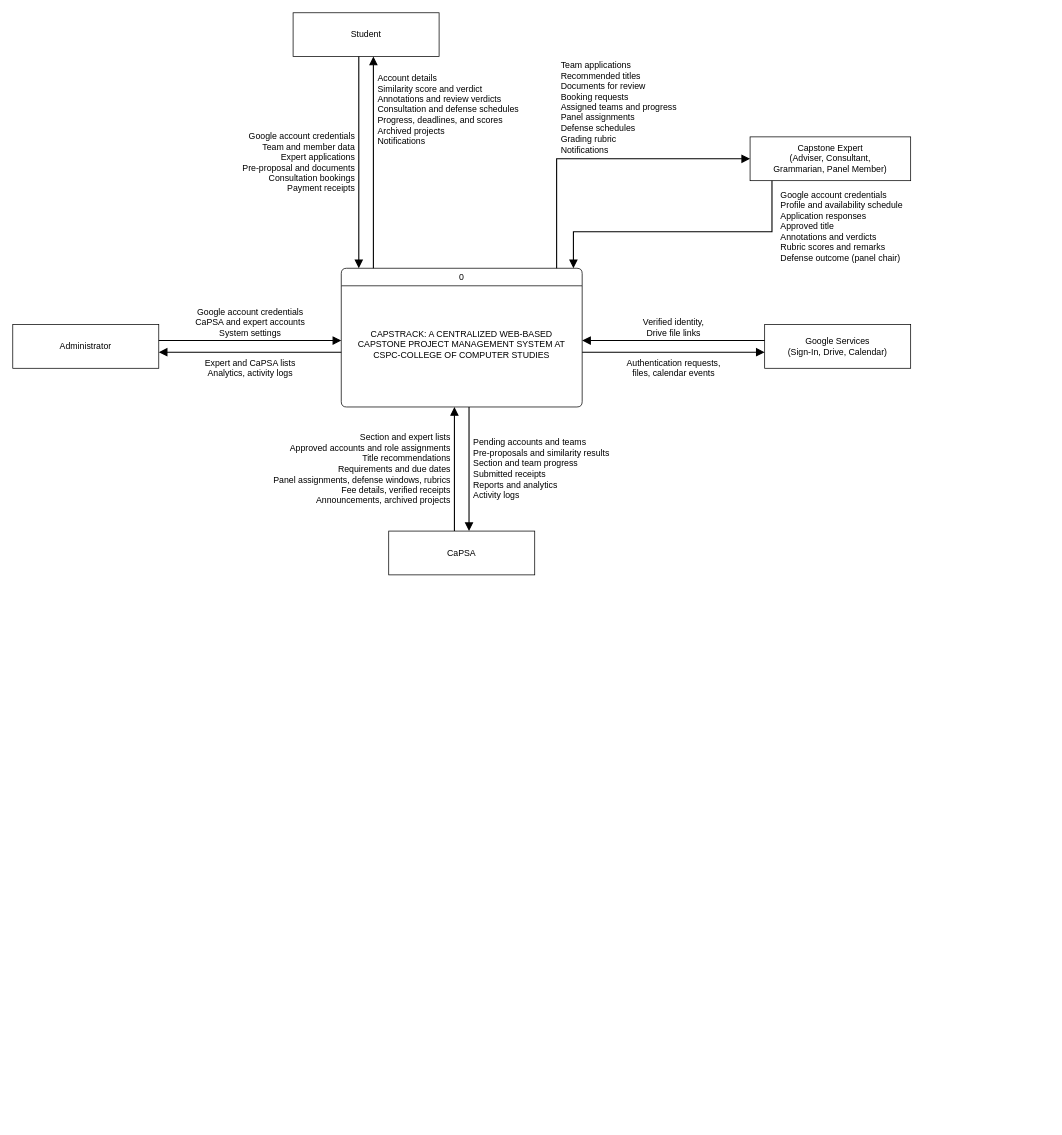
Earlier version of the draw.io diagram docs/diagrams/01-context-diagram.drawio (M21thony/capstrack). Source tidied: cells renumbered, new cells numbered last; positions are measured from the earlier drawing's top-left corner, leaving out a move shared by most shapes. Both pictures are drawn from the tidied source at 73%, with x=0, y=0 at pixel (12, 12).
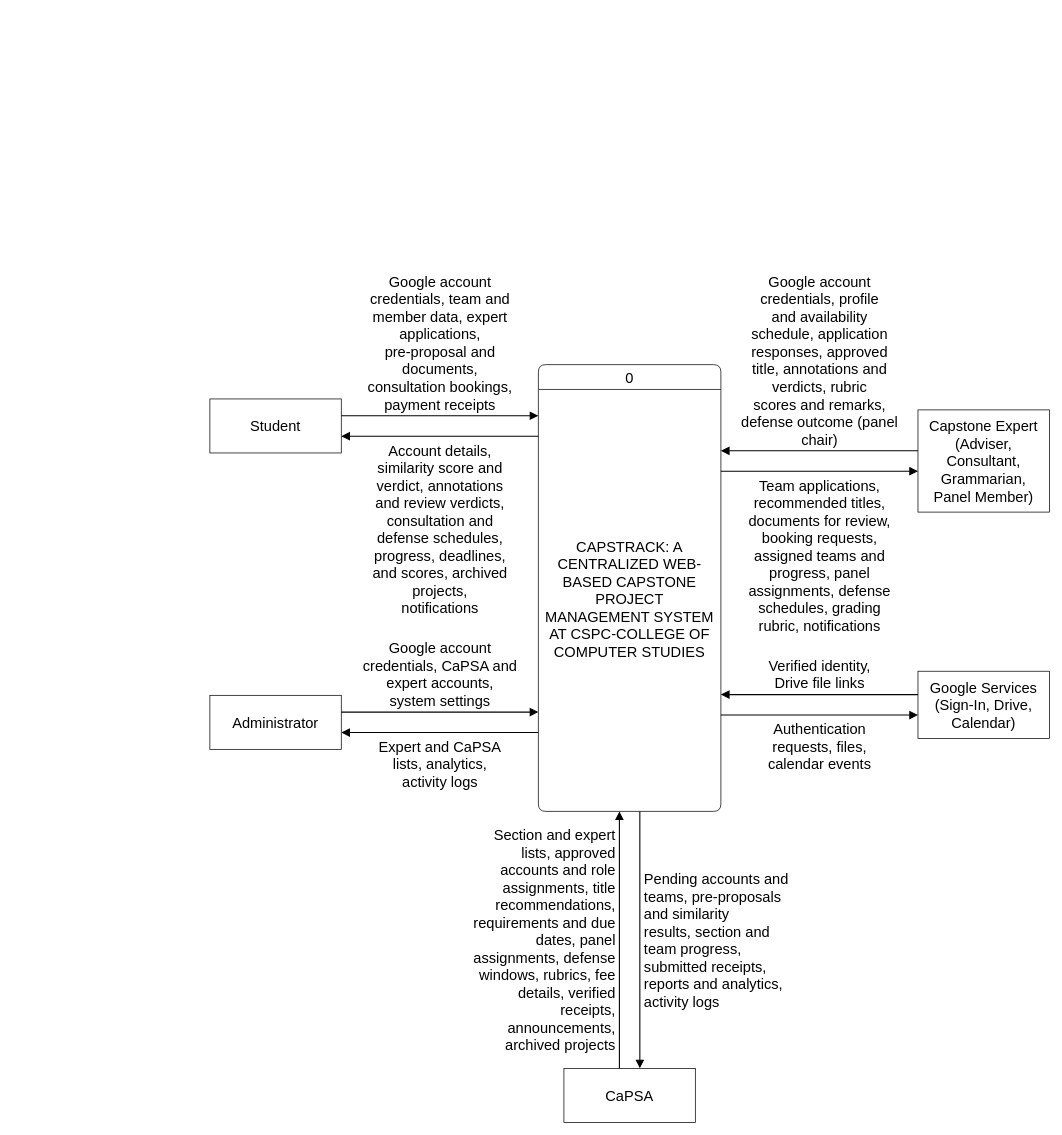
After the change.

Commit message (it also covers changes not shown here):
Context diagram: portrait layout with 20 px text

Same flows as the team's Figure 3. Entities sit at the sides with each
label above or below its own arrow, wrapped narrow, so the text stays
readable once the figure is shrunk to the page.

Claude-Session: https://claude.ai/code/session_01Xyr66G2qcoKZoFNDR5B1wb

What changed in the source:
```diff
@@
-    <mxCell id="2" value="0" style="swimlane;shape=swimlane;rounded=1;arcSize=10;startSize=24;html=1;whiteSpace=wrap;fillColor=#ffffff;swimlaneFillColor=#ffffff;fontStyle=0;fontSize=12;strokeColor=#000000;fontFamily=Helvetica;fontColor=#000000;" parent="1" vertex="1">
-      <mxGeometry x="450" y="350" width="330" height="190" as="geometry" />
+    <mxCell id="2" style="text;strokeColor=none;fillColor=none;fontSize=12;" parent="1" vertex="1">
+      <mxGeometry x="450" y="350" width="2" height="2" as="geometry" />
     </mxCell>
-    <mxCell id="3" value="CAPSTRACK: A CENTRALIZED WEB-BASED CAPSTONE PROJECT MANAGEMENT SYSTEM AT CSPC-COLLEGE OF COMPUTER STUDIES" style="text;html=1;strokeColor=none;fillColor=none;align=center;verticalAlign=middle;whiteSpace=wrap;fontSize=12;fontFamily=Helvetica;fontColor=#000000;" parent="2" vertex="1">
-      <mxGeometry x="6" y="24" width="318" height="162" as="geometry" />
+    <mxCell id="3" value="0" style="swimlane;shape=swimlane;rounded=1;arcSize=10;startSize=34;html=1;whiteSpace=wrap;fillColor=#ffffff;swimlaneFillColor=#ffffff;fontStyle=0;fontSize=20;strokeColor=#000000;fontFamily=Helvetica;fontColor=#000000;" parent="1" vertex="1">
+      <mxGeometry x="720" y="482" width="250" height="612" as="geometry" />
     </mxCell>
-    <mxCell id="4" value="Student" style="rounded=0;whiteSpace=wrap;html=1;fillColor=#ffffff;fontSize=12;strokeColor=#000000;fontFamily=Helvetica;fontColor=#000000;" parent="1" vertex="1">
-      <mxGeometry x="384" width="200" height="60" as="geometry" />
+    <mxCell id="4" value="CAPSTRACK: A CENTRALIZED WEB-BASED CAPSTONE PROJECT MANAGEMENT SYSTEM AT CSPC-COLLEGE OF COMPUTER STUDIES" style="text;html=1;strokeColor=none;fillColor=none;align=center;verticalAlign=middle;whiteSpace=wrap;fontSize=20;fontFamily=Helvetica;fontColor=#000000;" parent="3" vertex="1">
+      <mxGeometry x="6" y="34" width="238" height="574" as="geometry" />
     </mxCell>
-    <mxCell id="5" value="Google account credentials&lt;br&gt;Team and member data&lt;br&gt;Expert applications&lt;br&gt;Pre-proposal and documents&lt;br&gt;Consultation bookings&lt;br&gt;Payment receipts" style="edgeStyle=orthogonalEdgeStyle;rounded=0;html=1;endArrow=block;endFill=1;endSize=8;strokeWidth=1.5;startArrow=none;strokeColor=#000000;fontFamily=Helvetica;fontColor=#000000;fontSize=12;labelBackgroundColor=#ffffff;align=right;exitX=0.45;exitY=1;exitDx=0;exitDy=0;entryX=0.0727273;entryY=0;entryDx=0;entryDy=0;" parent="1" edge="1" source="4" target="2">
-      <mxGeometry relative="1" as="geometry">
-        <mxPoint x="-4" as="offset" />
-      </mxGeometry>
+    <mxCell id="5" value="Student" style="rounded=0;whiteSpace=wrap;html=1;fillColor=#ffffff;fontSize=20;strokeColor=#000000;fontFamily=Helvetica;fontColor=#000000;" parent="1" vertex="1">
+      <mxGeometry x="270" y="529" width="180" height="74" as="geometry" />
     </mxCell>
-    <mxCell id="6" value="Account details&lt;br&gt;Similarity score and verdict&lt;br&gt;Annotations and review verdicts&lt;br&gt;Consultation and defense schedules&lt;br&gt;Progress, deadlines, and scores&lt;br&gt;Archived projects&lt;br&gt;Notifications" style="edgeStyle=orthogonalEdgeStyle;rounded=0;html=1;endArrow=block;endFill=1;endSize=8;strokeWidth=1.5;startArrow=none;strokeColor=#000000;fontFamily=Helvetica;fontColor=#000000;fontSize=12;labelBackgroundColor=#ffffff;align=left;exitX=0.133333;exitY=0;exitDx=0;exitDy=0;entryX=0.55;entryY=1;entryDx=0;entryDy=0;" parent="1" edge="1" source="2" target="4">
+    <mxCell id="6" value="Google account&lt;br&gt;credentials, team and&lt;br&gt;member data, expert&lt;br&gt;applications,&lt;br&gt;pre-proposal and&lt;br&gt;documents,&lt;br&gt;consultation bookings,&lt;br&gt;payment receipts" style="edgeStyle=orthogonalEdgeStyle;rounded=0;html=1;endArrow=block;endFill=1;endSize=8;strokeWidth=1.5;startArrow=none;strokeColor=#000000;fontFamily=Helvetica;fontColor=#000000;fontSize=20;labelBackgroundColor=#ffffff;verticalAlign=bottom;exitX=1;exitY=0.310811;exitDx=0;exitDy=0;entryX=0;entryY=0.114379;entryDx=0;entryDy=0;" parent="1" edge="1" source="5" target="3">
       <mxGeometry relative="1" as="geometry">
-        <mxPoint x="4" y="-72" as="offset" />
+        <mxPoint y="-1" as="offset" />
       </mxGeometry>
     </mxCell>
-    <mxCell id="7" value="Capstone Expert&lt;br&gt;(Adviser, Consultant,&lt;br&gt;Grammarian, Panel Member)" style="rounded=0;whiteSpace=wrap;html=1;fillColor=#ffffff;fontSize=12;strokeColor=#000000;fontFamily=Helvetica;fontColor=#000000;" parent="1" vertex="1">
-      <mxGeometry x="1010" y="170" width="220" height="60" as="geometry" />
+    <mxCell id="7" value="Account details,&lt;br&gt;similarity score and&lt;br&gt;verdict, annotations&lt;br&gt;and review verdicts,&lt;br&gt;consultation and&lt;br&gt;defense schedules,&lt;br&gt;progress, deadlines,&lt;br&gt;and scores, archived&lt;br&gt;projects,&lt;br&gt;notifications" style="edgeStyle=orthogonalEdgeStyle;rounded=0;html=1;endArrow=block;endFill=1;endSize=8;strokeWidth=1.5;startArrow=none;strokeColor=#000000;fontFamily=Helvetica;fontColor=#000000;fontSize=20;labelBackgroundColor=#ffffff;verticalAlign=top;exitX=0;exitY=0.160131;exitDx=0;exitDy=0;entryX=1;entryY=0.689189;entryDx=0;entryDy=0;" parent="1" edge="1" source="3" target="5">
+      <mxGeometry relative="1" as="geometry">
+        <mxPoint y="1" as="offset" />
+      </mxGeometry>
     </mxCell>
-    <mxCell id="8" value="Team applications&lt;br&gt;Recommended titles&lt;br&gt;Documents for review&lt;br&gt;Booking requests&lt;br&gt;Assigned teams and progress&lt;br&gt;Panel assignments&lt;br&gt;Defense schedules&lt;br&gt;Grading rubric&lt;br&gt;Notifications" style="edgeStyle=orthogonalEdgeStyle;rounded=0;html=1;endArrow=block;endFill=1;endSize=8;strokeWidth=1.5;startArrow=none;strokeColor=#000000;fontFamily=Helvetica;fontColor=#000000;fontSize=12;labelBackgroundColor=#ffffff;align=left;verticalAlign=bottom;exitX=0.893939;exitY=0;exitDx=0;exitDy=0;entryX=0;entryY=0.5;entryDx=0;entryDy=0;" parent="1" edge="1" source="2" target="7">
-      <mxGeometry x="-0.28" relative="1" as="geometry">
-        <Array as="points">
-          <mxPoint x="745" y="200" />
-        </Array>
-        <mxPoint x="4" y="-4" as="offset" />
-      </mxGeometry>
+    <mxCell id="8" value="Administrator" style="rounded=0;whiteSpace=wrap;html=1;fillColor=#ffffff;fontSize=20;strokeColor=#000000;fontFamily=Helvetica;fontColor=#000000;" parent="1" vertex="1">
+      <mxGeometry x="270" y="935" width="180" height="74" as="geometry" />
     </mxCell>
-    <mxCell id="9" value="Google account credentials&lt;br&gt;Profile and availability schedule&lt;br&gt;Application responses&lt;br&gt;Approved title&lt;br&gt;Annotations and verdicts&lt;br&gt;Rubric scores and remarks&lt;br&gt;Defense outcome (panel chair)" style="edgeStyle=orthogonalEdgeStyle;rounded=0;html=1;endArrow=block;endFill=1;endSize=8;strokeWidth=1.5;startArrow=none;strokeColor=#000000;fontFamily=Helvetica;fontColor=#000000;fontSize=12;labelBackgroundColor=#ffffff;align=left;verticalAlign=top;exitX=0.136364;exitY=1;exitDx=0;exitDy=0;entryX=0.963636;entryY=0;entryDx=0;entryDy=0;" parent="1" edge="1" source="7" target="2">
-      <mxGeometry x="-1" relative="1" as="geometry">
-        <Array as="points">
-          <mxPoint x="1040" y="300" />
-          <mxPoint x="768" y="300" />
-        </Array>
-        <mxPoint x="10" y="6" as="offset" />
+    <mxCell id="9" value="Google account&lt;br&gt;credentials, CaPSA and&lt;br&gt;expert accounts,&lt;br&gt;system settings" style="edgeStyle=orthogonalEdgeStyle;rounded=0;html=1;endArrow=block;endFill=1;endSize=8;strokeWidth=1.5;startArrow=none;strokeColor=#000000;fontFamily=Helvetica;fontColor=#000000;fontSize=20;labelBackgroundColor=#ffffff;verticalAlign=bottom;exitX=1;exitY=0.310811;exitDx=0;exitDy=0;entryX=0;entryY=0.777778;entryDx=0;entryDy=0;" parent="1" edge="1" source="8" target="3">
+      <mxGeometry relative="1" as="geometry">
+        <mxPoint y="-1" as="offset" />
       </mxGeometry>
     </mxCell>
-    <mxCell id="10" value="CaPSA" style="rounded=0;whiteSpace=wrap;html=1;fillColor=#ffffff;fontSize=12;strokeColor=#000000;fontFamily=Helvetica;fontColor=#000000;" parent="1" vertex="1">
-      <mxGeometry x="515" y="710" width="200" height="60" as="geometry" />
+    <mxCell id="10" value="Expert and CaPSA&lt;br&gt;lists, analytics,&lt;br&gt;activity logs" style="edgeStyle=orthogonalEdgeStyle;rounded=0;html=1;endArrow=block;endFill=1;endSize=8;strokeWidth=1.5;startArrow=none;strokeColor=#000000;fontFamily=Helvetica;fontColor=#000000;fontSize=20;labelBackgroundColor=#ffffff;verticalAlign=top;exitX=0;exitY=0.823529;exitDx=0;exitDy=0;entryX=1;entryY=0.689189;entryDx=0;entryDy=0;" parent="1" edge="1" source="3" target="8">
+      <mxGeometry relative="1" as="geometry">
+        <mxPoint y="1" as="offset" />
+      </mxGeometry>
     </mxCell>
-    <mxCell id="11" value="Section and expert lists&lt;br&gt;Approved accounts and role assignments&lt;br&gt;Title recommendations&lt;br&gt;Requirements and due dates&lt;br&gt;Panel assignments, defense windows, rubrics&lt;br&gt;Fee details, verified receipts&lt;br&gt;Announcements, archived projects" style="edgeStyle=orthogonalEdgeStyle;rounded=0;html=1;endArrow=block;endFill=1;endSize=8;strokeWidth=1.5;startArrow=none;strokeColor=#000000;fontFamily=Helvetica;fontColor=#000000;fontSize=12;labelBackgroundColor=#ffffff;align=right;exitX=0.45;exitY=0;exitDx=0;exitDy=0;entryX=0.469697;entryY=1;entryDx=0;entryDy=0;" parent="1" edge="1" source="10" target="2">
-      <mxGeometry relative="1" as="geometry">
-        <mxPoint x="-4" as="offset" />
-      </mxGeometry>
+    <mxCell id="11" value="Capstone Expert&lt;br&gt;(Adviser,&lt;br&gt;Consultant,&lt;br&gt;Grammarian,&lt;br&gt;Panel Member)" style="rounded=0;whiteSpace=wrap;html=1;fillColor=#ffffff;fontSize=20;strokeColor=#000000;fontFamily=Helvetica;fontColor=#000000;" parent="1" vertex="1">
+      <mxGeometry x="1240" y="544" width="180" height="140" as="geometry" />
     </mxCell>
-    <mxCell id="12" value="Pending accounts and teams&lt;br&gt;Pre-proposals and similarity results&lt;br&gt;Section and team progress&lt;br&gt;Submitted receipts&lt;br&gt;Reports and analytics&lt;br&gt;Activity logs" style="edgeStyle=orthogonalEdgeStyle;rounded=0;html=1;endArrow=block;endFill=1;endSize=8;strokeWidth=1.5;startArrow=none;strokeColor=#000000;fontFamily=Helvetica;fontColor=#000000;fontSize=12;labelBackgroundColor=#ffffff;align=left;exitX=0.530303;exitY=1;exitDx=0;exitDy=0;entryX=0.55;entryY=0;entryDx=0;entryDy=0;" parent="1" edge="1" source="2" target="10">
+    <mxCell id="12" value="Google account&lt;br&gt;credentials, profile&lt;br&gt;and availability&lt;br&gt;schedule, application&lt;br&gt;responses, approved&lt;br&gt;title, annotations and&lt;br&gt;verdicts, rubric&lt;br&gt;scores and remarks,&lt;br&gt;defense outcome (panel&lt;br&gt;chair)" style="edgeStyle=orthogonalEdgeStyle;rounded=0;html=1;endArrow=block;endFill=1;endSize=8;strokeWidth=1.5;startArrow=none;strokeColor=#000000;fontFamily=Helvetica;fontColor=#000000;fontSize=20;labelBackgroundColor=#ffffff;verticalAlign=bottom;exitX=0;exitY=0.4;exitDx=0;exitDy=0;entryX=1;entryY=0.19281;entryDx=0;entryDy=0;" parent="1" edge="1" source="11" target="3">
       <mxGeometry relative="1" as="geometry">
-        <mxPoint x="4" as="offset" />
+        <mxPoint y="-1" as="offset" />
       </mxGeometry>
     </mxCell>
-    <mxCell id="13" value="Google Services&lt;br&gt;(Sign-In, Drive, Calendar)" style="rounded=0;whiteSpace=wrap;html=1;fillColor=#ffffff;fontSize=12;strokeColor=#000000;fontFamily=Helvetica;fontColor=#000000;" parent="1" vertex="1">
-      <mxGeometry x="1030" y="427" width="200" height="60" as="geometry" />
+    <mxCell id="13" value="Team applications,&lt;br&gt;recommended titles,&lt;br&gt;documents for review,&lt;br&gt;booking requests,&lt;br&gt;assigned teams and&lt;br&gt;progress, panel&lt;br&gt;assignments, defense&lt;br&gt;schedules, grading&lt;br&gt;rubric, notifications" style="edgeStyle=orthogonalEdgeStyle;rounded=0;html=1;endArrow=block;endFill=1;endSize=8;strokeWidth=1.5;startArrow=none;strokeColor=#000000;fontFamily=Helvetica;fontColor=#000000;fontSize=20;labelBackgroundColor=#ffffff;verticalAlign=top;exitX=1;exitY=0.238562;exitDx=0;exitDy=0;entryX=0;entryY=0.6;entryDx=0;entryDy=0;" parent="1" edge="1" source="3" target="11">
+      <mxGeometry relative="1" as="geometry">
+        <mxPoint y="1" as="offset" />
+      </mxGeometry>
     </mxCell>
-    <mxCell id="14" value="Verified identity,&lt;br&gt;Drive file links" style="edgeStyle=orthogonalEdgeStyle;rounded=0;html=1;endArrow=block;endFill=1;endSize=8;strokeWidth=1.5;startArrow=none;strokeColor=#000000;fontFamily=Helvetica;fontColor=#000000;fontSize=12;labelBackgroundColor=#ffffff;verticalAlign=bottom;exitX=0;exitY=0.366667;exitDx=0;exitDy=0;entryX=1;entryY=0.521053;entryDx=0;entryDy=0;" parent="1" edge="1" source="13" target="2">
-      <mxGeometry relative="1" as="geometry">
-        <mxPoint y="-1" as="offset" />
-      </mxGeometry>
+    <mxCell id="14" value="Google Services&lt;br&gt;(Sign-In, Drive,&lt;br&gt;Calendar)" style="rounded=0;whiteSpace=wrap;html=1;fillColor=#ffffff;fontSize=20;strokeColor=#000000;fontFamily=Helvetica;fontColor=#000000;" parent="1" vertex="1">
+      <mxGeometry x="1240" y="902" width="180" height="92" as="geometry" />
     </mxCell>
-    <mxCell id="15" value="Authentication requests,&lt;br&gt;files, calendar events" style="edgeStyle=orthogonalEdgeStyle;rounded=0;html=1;endArrow=block;endFill=1;endSize=8;strokeWidth=1.5;startArrow=none;strokeColor=#000000;fontFamily=Helvetica;fontColor=#000000;fontSize=12;labelBackgroundColor=#ffffff;verticalAlign=top;exitX=1;exitY=0.605263;exitDx=0;exitDy=0;entryX=0;entryY=0.633333;entryDx=0;entryDy=0;" parent="1" edge="1" source="2" target="13">
+    <mxCell id="15" value="Verified identity,&lt;br&gt;Drive file links" style="edgeStyle=orthogonalEdgeStyle;rounded=0;html=1;endArrow=block;endFill=1;endSize=8;strokeWidth=1.5;startArrow=none;strokeColor=#000000;fontFamily=Helvetica;fontColor=#000000;fontSize=20;labelBackgroundColor=#ffffff;verticalAlign=bottom;exitX=0;exitY=0.347826;exitDx=0;exitDy=0;entryX=1;entryY=0.738562;entryDx=0;entryDy=0;" parent="1" edge="1" source="14" target="3">
       <mxGeometry relative="1" as="geometry">
-        <mxPoint y="1" as="offset" />
+        <mxPoint y="-1" as="offset" />
       </mxGeometry>
     </mxCell>
-    <mxCell id="16" value="Administrator" style="rounded=0;whiteSpace=wrap;html=1;fillColor=#ffffff;fontSize=12;strokeColor=#000000;fontFamily=Helvetica;fontColor=#000000;" parent="1" vertex="1">
-      <mxGeometry y="427" width="200" height="60" as="geometry" />
+    <mxCell id="16" value="Authentication&lt;br&gt;requests, files,&lt;br&gt;calendar events" style="edgeStyle=orthogonalEdgeStyle;rounded=0;html=1;endArrow=block;endFill=1;endSize=8;strokeWidth=1.5;startArrow=none;strokeColor=#000000;fontFamily=Helvetica;fontColor=#000000;fontSize=20;labelBackgroundColor=#ffffff;verticalAlign=top;exitX=1;exitY=0.784314;exitDx=0;exitDy=0;entryX=0;entryY=0.652174;entryDx=0;entryDy=0;" parent="1" edge="1" source="3" target="14">
+      <mxGeometry relative="1" as="geometry">
+        <mxPoint y="1" as="offset" />
+      </mxGeometry>
     </mxCell>
-    <mxCell id="17" value="Google account credentials&lt;br&gt;CaPSA and expert accounts&lt;br&gt;System settings" style="edgeStyle=orthogonalEdgeStyle;rounded=0;html=1;endArrow=block;endFill=1;endSize=8;strokeWidth=1.5;startArrow=none;strokeColor=#000000;fontFamily=Helvetica;fontColor=#000000;fontSize=12;labelBackgroundColor=#ffffff;verticalAlign=bottom;exitX=1;exitY=0.366667;exitDx=0;exitDy=0;entryX=0;entryY=0.521053;entryDx=0;entryDy=0;" parent="1" edge="1" source="16" target="2">
-      <mxGeometry relative="1" as="geometry">
-        <mxPoint y="-1" as="offset" />
-      </mxGeometry>
+    <mxCell id="17" value="CaPSA" style="rounded=0;whiteSpace=wrap;html=1;fillColor=#ffffff;fontSize=20;strokeColor=#000000;fontFamily=Helvetica;fontColor=#000000;" parent="1" vertex="1">
+      <mxGeometry x="755" y="1446" width="180" height="74" as="geometry" />
     </mxCell>
-    <mxCell id="18" value="Expert and CaPSA lists&lt;br&gt;Analytics, activity logs" style="edgeStyle=orthogonalEdgeStyle;rounded=0;html=1;endArrow=block;endFill=1;endSize=8;strokeWidth=1.5;startArrow=none;strokeColor=#000000;fontFamily=Helvetica;fontColor=#000000;fontSize=12;labelBackgroundColor=#ffffff;verticalAlign=top;exitX=0;exitY=0.605263;exitDx=0;exitDy=0;entryX=1;entryY=0.633333;entryDx=0;entryDy=0;" parent="1" edge="1" source="2" target="16">
+    <mxCell id="18" value="Section and expert&lt;br&gt;lists, approved&lt;br&gt;accounts and role&lt;br&gt;assignments, title&lt;br&gt;recommendations,&lt;br&gt;requirements and due&lt;br&gt;dates, panel&lt;br&gt;assignments, defense&lt;br&gt;windows, rubrics, fee&lt;br&gt;details, verified&lt;br&gt;receipts,&lt;br&gt;announcements,&lt;br&gt;archived projects" style="edgeStyle=orthogonalEdgeStyle;rounded=0;html=1;endArrow=block;endFill=1;endSize=8;strokeWidth=1.5;startArrow=none;strokeColor=#000000;fontFamily=Helvetica;fontColor=#000000;fontSize=20;labelBackgroundColor=#ffffff;align=right;exitX=0.422222;exitY=0;exitDx=0;exitDy=0;entryX=0.444;entryY=1;entryDx=0;entryDy=0;" parent="1" edge="1" source="17" target="3">
       <mxGeometry relative="1" as="geometry">
-        <mxPoint y="1" as="offset" />
+        <mxPoint x="-4" as="offset" />
       </mxGeometry>
     </mxCell>
+    <mxCell id="19" value="Pending accounts and&lt;br&gt;teams, pre-proposals&lt;br&gt;and similarity&lt;br&gt;results, section and&lt;br&gt;team progress,&lt;br&gt;submitted receipts,&lt;br&gt;reports and analytics,&lt;br&gt;activity logs" style="edgeStyle=orthogonalEdgeStyle;rounded=0;html=1;endArrow=block;endFill=1;endSize=8;strokeWidth=1.5;startArrow=none;strokeColor=#000000;fontFamily=Helvetica;fontColor=#000000;fontSize=20;labelBackgroundColor=#ffffff;align=left;exitX=0.556;exitY=1;exitDx=0;exitDy=0;entryX=0.577778;entryY=0;entryDx=0;entryDy=0;" parent="1" edge="1" source="3" target="17">
+      <mxGeometry relative="1" as="geometry">
+        <mxPoint x="4" as="offset" />
+      </mxGeometry>
+    </mxCell>
```
